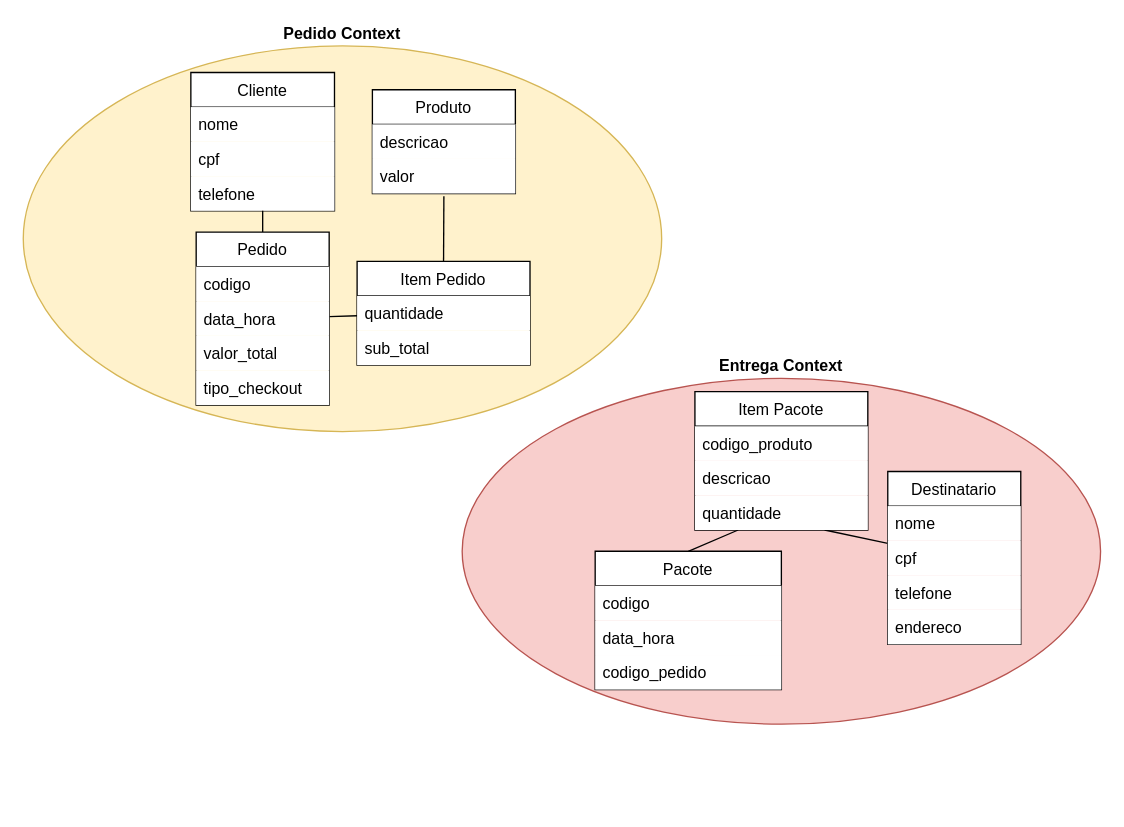
The draw.io diagram POC_DDD.drawio in cesarbcruz/poc-nestjs-ddd, before the edit. Source tidied: cells renumbered, new cells numbered last; positions are measured from the earlier drawing's top-left corner, leaving out a move shared by most shapes. Both pictures are drawn from the tidied source at 133%, with x=0, y=0 at pixel (23, 45).
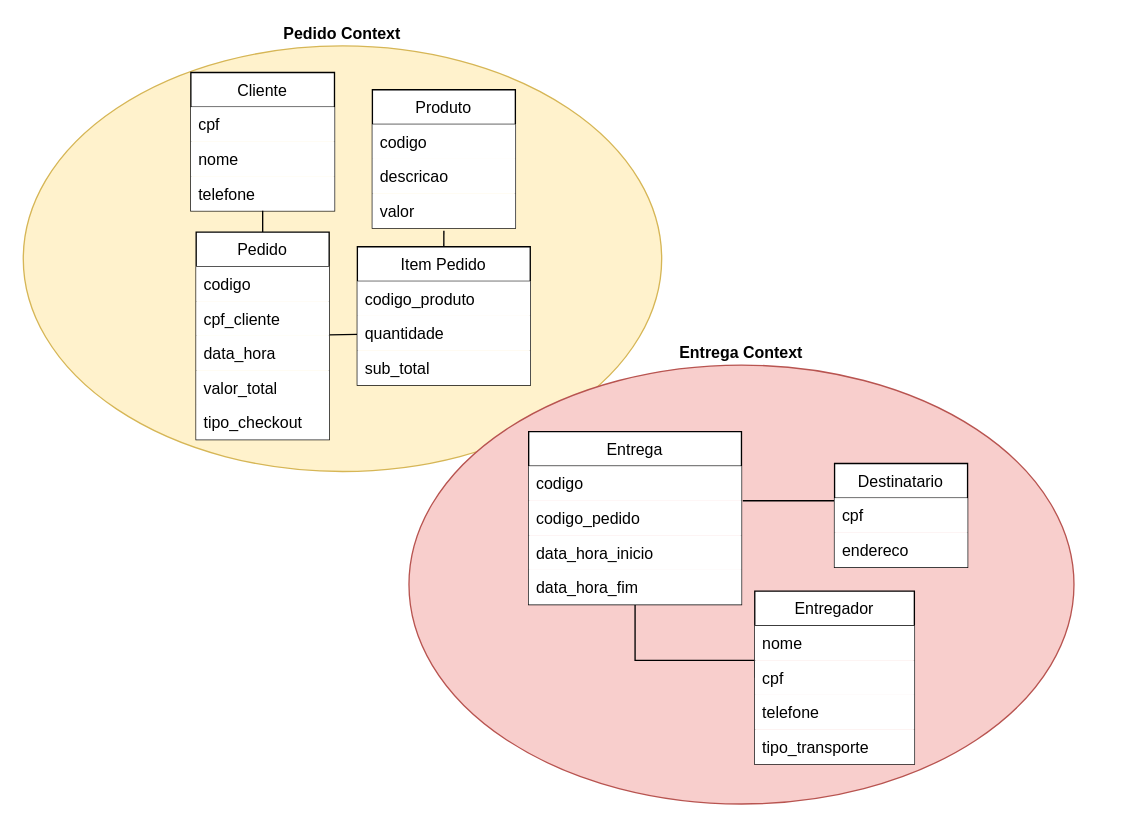
Above is the later version.

Unchanged cells that the change refers to:
```xml
<mxCell id="4" value="Cliente" style="swimlane;fontStyle=0;horizontal=1;startSize=26;" parent="1" vertex="1">
  <mxGeometry x="126" y="20" width="108" height="104" as="geometry" />
</mxCell>
```

Diff of the diagram source:
```diff
@@
     <mxCell id="2" value="&lt;b&gt;Pedido Context&lt;/b&gt;" style="ellipse;whiteSpace=wrap;html=1;labelPosition=center;verticalLabelPosition=top;align=center;verticalAlign=bottom;fillColor=#fff2cc;strokeColor=#d6b656;" parent="1" vertex="1">
-      <mxGeometry width="480" height="290" as="geometry" />
+      <mxGeometry width="480" height="320" as="geometry" />
     </mxCell>
     <mxCell id="3" value="&lt;b&gt;Entrega Context&lt;/b&gt;" style="ellipse;whiteSpace=wrap;html=1;labelPosition=center;verticalLabelPosition=top;align=center;verticalAlign=bottom;fillColor=#f8cecc;strokeColor=#b85450;" parent="1" vertex="1">
-      <mxGeometry x="330" y="250" width="480" height="260" as="geometry" />
+      <mxGeometry x="290" y="240" width="500" height="330" as="geometry" />
     </mxCell>
@@
+    <mxCell id="6" value="cpf" style="text;strokeColor=none;align=left;verticalAlign=top;spacingLeft=4;spacingRight=4;overflow=hidden;fillColor=#ffffff;" parent="4" vertex="1">
+      <mxGeometry y="26" width="108" height="26" as="geometry" />
+    </mxCell>
     <mxCell id="5" value="nome" style="text;strokeColor=none;align=left;verticalAlign=top;spacingLeft=4;spacingRight=4;overflow=hidden;fillColor=#ffffff;" parent="4" vertex="1">
-      <mxGeometry y="26" width="108" height="26" as="geometry" />
+      <mxGeometry y="52" width="108" height="26" as="geometry" />
     </mxCell>
-    <mxCell id="6" value="cpf" style="text;strokeColor=none;align=left;verticalAlign=top;spacingLeft=4;spacingRight=4;overflow=hidden;fillColor=#ffffff;" parent="4" vertex="1">
-      <mxGeometry y="52" width="108" height="26" as="geometry" />
-    </mxCell>
@@
     <mxCell id="8" value="Produto" style="swimlane;fontStyle=0;horizontal=1;startSize=26;" parent="1" vertex="1">
-      <mxGeometry x="262.5" y="33" width="107.5" height="78" as="geometry" />
+      <mxGeometry x="262.5" y="33" width="107.5" height="104" as="geometry" />
     </mxCell>
+    <mxCell id="37" value="codigo" style="text;strokeColor=none;align=left;verticalAlign=top;spacingLeft=4;spacingRight=4;overflow=hidden;fillColor=#ffffff;" parent="8" vertex="1">
+      <mxGeometry y="26" width="107.5" height="26" as="geometry" />
+    </mxCell>
     <mxCell id="9" value="descricao" style="text;strokeColor=none;align=left;verticalAlign=top;spacingLeft=4;spacingRight=4;overflow=hidden;fillColor=#ffffff;" parent="8" vertex="1">
-      <mxGeometry y="26" width="107.5" height="26" as="geometry" />
+      <mxGeometry y="52" width="107.5" height="26" as="geometry" />
     </mxCell>
     <mxCell id="10" value="valor" style="text;strokeColor=none;align=left;verticalAlign=top;spacingLeft=4;spacingRight=4;overflow=hidden;points=[[0,0.5],[1,0.5]];portConstraint=eastwest;fillColor=#ffffff;" parent="8" vertex="1">
-      <mxGeometry y="52" width="107.5" height="26" as="geometry" />
+      <mxGeometry y="78" width="107.5" height="26" as="geometry" />
     </mxCell>
@@
     <mxCell id="13" value="Pedido" style="swimlane;fontStyle=0;horizontal=1;startSize=26;" parent="1" vertex="1">
-      <mxGeometry x="130" y="140" width="100" height="130" as="geometry" />
+      <mxGeometry x="130" y="140" width="100" height="156" as="geometry" />
     </mxCell>
@@
+    <mxCell id="38" value="cpf_cliente" style="text;strokeColor=none;align=left;verticalAlign=top;spacingLeft=4;spacingRight=4;overflow=hidden;fillColor=#ffffff;" parent="13" vertex="1">
+      <mxGeometry y="52" width="100" height="26" as="geometry" />
+    </mxCell>
     <mxCell id="15" value="data_hora" style="text;strokeColor=none;align=left;verticalAlign=top;spacingLeft=4;spacingRight=4;overflow=hidden;fillColor=#ffffff;" parent="13" vertex="1">
-      <mxGeometry y="52" width="100" height="26" as="geometry" />
+      <mxGeometry y="78" width="100" height="26" as="geometry" />
     </mxCell>
     <mxCell id="16" value="valor_total" style="text;strokeColor=none;align=left;verticalAlign=top;spacingLeft=4;spacingRight=4;overflow=hidden;fillColor=#ffffff;" parent="13" vertex="1">
-      <mxGeometry y="78" width="100" height="26" as="geometry" />
+      <mxGeometry y="104" width="100" height="26" as="geometry" />
     </mxCell>
     <mxCell id="17" value="tipo_checkout" style="text;strokeColor=none;align=left;verticalAlign=top;spacingLeft=4;spacingRight=4;overflow=hidden;fillColor=#ffffff;" parent="13" vertex="1">
-      <mxGeometry y="104" width="100" height="26" as="geometry" />
+      <mxGeometry y="130" width="100" height="26" as="geometry" />
     </mxCell>
-    <mxCell id="18" style="rounded=0;jettySize=auto;html=1;exitX=0.25;exitY=1;exitDx=0;exitDy=0;entryX=0.5;entryY=0;entryDx=0;entryDy=0;endArrow=none;endFill=0;" parent="1" edge="1" source="20" target="24">
-      <mxGeometry relative="1" as="geometry" />
-    </mxCell>
-    <mxCell id="19" style="edgeStyle=none;rounded=0;jettySize=auto;html=1;exitX=0.75;exitY=1;exitDx=0;exitDy=0;endArrow=none;endFill=0;entryX=0;entryY=0.077;entryDx=0;entryDy=0;entryPerimeter=0;" parent="1" edge="1" source="20" target="30">
-      <mxGeometry relative="1" as="geometry" />
+    <mxCell id="19" style="edgeStyle=none;rounded=0;jettySize=auto;html=1;endArrow=none;endFill=0;entryX=0;entryY=0.077;entryDx=0;entryDy=0;entryPerimeter=0;" parent="1" edge="1" target="30">
+      <mxGeometry relative="1" as="geometry">
+        <mxPoint x="541" y="342" as="sourcePoint" />
+      </mxGeometry>
     </mxCell>
-    <mxCell id="20" value="Item Pacote" style="swimlane;fontStyle=0;horizontal=1;startSize=26;" parent="1" vertex="1">
-      <mxGeometry x="505" y="260" width="130" height="104" as="geometry" />
-    </mxCell>
-    <mxCell id="21" value="codigo_produto" style="text;strokeColor=none;align=left;verticalAlign=top;spacingLeft=4;spacingRight=4;overflow=hidden;fillColor=#ffffff;" parent="20" vertex="1">
-      <mxGeometry y="26" width="130" height="26" as="geometry" />
-    </mxCell>
-    <mxCell id="22" value="descricao" style="text;strokeColor=none;align=left;verticalAlign=top;spacingLeft=4;spacingRight=4;overflow=hidden;fillColor=#ffffff;" parent="20" vertex="1">
-      <mxGeometry y="52" width="130" height="26" as="geometry" />
-    </mxCell>
-    <mxCell id="23" value="quantidade" style="text;strokeColor=none;align=left;verticalAlign=top;spacingLeft=4;spacingRight=4;overflow=hidden;fillColor=#ffffff;" parent="20" vertex="1">
-      <mxGeometry y="78" width="130" height="26" as="geometry" />
-    </mxCell>
+    <mxCell id="39" style="edgeStyle=orthogonalEdgeStyle;rounded=0;jettySize=auto;html=1;entryX=0;entryY=0.5;entryDx=0;entryDy=0;endArrow=none;endFill=0;" parent="1" edge="1" source="24" target="42">
+      <mxGeometry relative="1" as="geometry">
+        <Array as="points">
+          <mxPoint x="460" y="462" />
+        </Array>
+      </mxGeometry>
+    </mxCell>
-    <mxCell id="24" value="Pacote" style="swimlane;fontStyle=0;horizontal=1;startSize=26;" parent="1" vertex="1">
-      <mxGeometry x="430" y="380" width="140" height="104" as="geometry" />
+    <mxCell id="24" value="Entrega" style="swimlane;fontStyle=0;horizontal=1;startSize=26;" parent="1" vertex="1">
+      <mxGeometry x="380" y="290" width="160" height="130" as="geometry" />
     </mxCell>
-    <mxCell id="25" value="codigo" style="text;strokeColor=none;align=left;verticalAlign=top;spacingLeft=4;spacingRight=4;overflow=hidden;fillColor=#ffffff;" parent="24" vertex="1">
-      <mxGeometry y="26" width="140" height="26" as="geometry" />
-    </mxCell>
+    <mxCell id="40" value="codigo" style="text;strokeColor=none;align=left;verticalAlign=top;spacingLeft=4;spacingRight=4;overflow=hidden;fillColor=#ffffff;" parent="24" vertex="1">
+      <mxGeometry y="26" width="160" height="26" as="geometry" />
+    </mxCell>
+    <mxCell id="27" value="codigo_pedido" style="text;strokeColor=none;align=left;verticalAlign=top;spacingLeft=4;spacingRight=4;overflow=hidden;fillColor=#ffffff;" parent="24" vertex="1">
+      <mxGeometry y="52" width="160" height="26" as="geometry" />
+    </mxCell>
-    <mxCell id="26" value="data_hora" style="text;strokeColor=none;align=left;verticalAlign=top;spacingLeft=4;spacingRight=4;overflow=hidden;fillColor=#ffffff;" parent="24" vertex="1">
-      <mxGeometry y="52" width="140" height="26" as="geometry" />
+    <mxCell id="26" value="data_hora_inicio" style="text;strokeColor=none;align=left;verticalAlign=top;spacingLeft=4;spacingRight=4;overflow=hidden;fillColor=#ffffff;" parent="24" vertex="1">
+      <mxGeometry y="78" width="160" height="26" as="geometry" />
     </mxCell>
-    <mxCell id="27" value="codigo_pedido" style="text;strokeColor=none;align=left;verticalAlign=top;spacingLeft=4;spacingRight=4;overflow=hidden;fillColor=#ffffff;" parent="24" vertex="1">
-      <mxGeometry y="78" width="140" height="26" as="geometry" />
-    </mxCell>
+    <mxCell id="41" value="data_hora_fim" style="text;strokeColor=none;align=left;verticalAlign=top;spacingLeft=4;spacingRight=4;overflow=hidden;fillColor=#ffffff;" parent="24" vertex="1">
+      <mxGeometry y="104" width="160" height="26" as="geometry" />
+    </mxCell>
     <mxCell id="28" value="Destinatario" style="swimlane;fontStyle=0;horizontal=1;startSize=26;" parent="1" vertex="1">
-      <mxGeometry x="650" y="320" width="100" height="130" as="geometry" />
+      <mxGeometry x="610" y="314" width="100" height="78" as="geometry" />
     </mxCell>
-    <mxCell id="29" value="nome" style="text;strokeColor=none;align=left;verticalAlign=top;spacingLeft=4;spacingRight=4;overflow=hidden;fillColor=#ffffff;" parent="28" vertex="1">
-      <mxGeometry y="26" width="100" height="26" as="geometry" />
-    </mxCell>
     <mxCell id="30" value="cpf" style="text;strokeColor=none;align=left;verticalAlign=top;spacingLeft=4;spacingRight=4;overflow=hidden;points=[[0,0.5],[1,0.5]];portConstraint=eastwest;fillColor=#ffffff;" parent="28" vertex="1">
-      <mxGeometry y="52" width="100" height="26" as="geometry" />
+      <mxGeometry y="26" width="100" height="26" as="geometry" />
     </mxCell>
-    <mxCell id="31" value="telefone" style="text;strokeColor=none;align=left;verticalAlign=top;spacingLeft=4;spacingRight=4;overflow=hidden;fillColor=#ffffff;" parent="28" vertex="1">
-      <mxGeometry y="78" width="100" height="26" as="geometry" />
-    </mxCell>
     <mxCell id="32" value="endereco" style="text;strokeColor=none;align=left;verticalAlign=top;spacingLeft=4;spacingRight=4;overflow=hidden;fillColor=#ffffff;" parent="28" vertex="1">
-      <mxGeometry y="104" width="100" height="26" as="geometry" />
+      <mxGeometry y="52" width="100" height="26" as="geometry" />
     </mxCell>
@@
     <mxCell id="34" value="Item Pedido" style="swimlane;fontStyle=0;horizontal=1;startSize=26;" parent="1" vertex="1">
-      <mxGeometry x="251" y="162" width="130" height="78" as="geometry" />
+      <mxGeometry x="251.2" y="151" width="130" height="104" as="geometry" />
     </mxCell>
+    <mxCell id="21" value="codigo_produto" style="text;strokeColor=none;align=left;verticalAlign=top;spacingLeft=4;spacingRight=4;overflow=hidden;fillColor=#ffffff;" parent="34" vertex="1">
+      <mxGeometry y="26" width="130" height="26" as="geometry" />
+    </mxCell>
     <mxCell id="35" value="quantidade" style="text;strokeColor=none;align=left;verticalAlign=top;spacingLeft=4;spacingRight=4;overflow=hidden;points=[[0,0.5],[1,0.5]];portConstraint=eastwest;fillColor=#ffffff;" parent="34" vertex="1">
-      <mxGeometry y="26" width="130" height="26" as="geometry" />
+      <mxGeometry y="52" width="130" height="26" as="geometry" />
     </mxCell>
     <mxCell id="36" value="sub_total" style="text;strokeColor=none;align=left;verticalAlign=top;spacingLeft=4;spacingRight=4;overflow=hidden;fillColor=#ffffff;" parent="34" vertex="1">
-      <mxGeometry y="52" width="130" height="26" as="geometry" />
+      <mxGeometry y="78" width="130" height="26" as="geometry" />
     </mxCell>
+    <mxCell id="42" value="Entregador" style="swimlane;fontStyle=0;horizontal=1;startSize=26;" parent="1" vertex="1">
+      <mxGeometry x="550" y="410" width="120" height="130" as="geometry" />
+    </mxCell>
+    <mxCell id="29" value="nome" style="text;strokeColor=none;align=left;verticalAlign=top;spacingLeft=4;spacingRight=4;overflow=hidden;fillColor=#ffffff;" parent="42" vertex="1">
+      <mxGeometry y="26" width="120" height="26" as="geometry" />
+    </mxCell>
+    <mxCell id="43" value="cpf" style="text;strokeColor=none;align=left;verticalAlign=top;spacingLeft=4;spacingRight=4;overflow=hidden;fillColor=#ffffff;" parent="42" vertex="1">
+      <mxGeometry y="52" width="120" height="26" as="geometry" />
+    </mxCell>
+    <mxCell id="31" value="telefone" style="text;strokeColor=none;align=left;verticalAlign=top;spacingLeft=4;spacingRight=4;overflow=hidden;fillColor=#ffffff;" parent="42" vertex="1">
+      <mxGeometry y="78" width="120" height="26" as="geometry" />
+    </mxCell>
+    <mxCell id="44" value="tipo_transporte" style="text;strokeColor=none;align=left;verticalAlign=top;spacingLeft=4;spacingRight=4;overflow=hidden;fillColor=#ffffff;" parent="42" vertex="1">
+      <mxGeometry y="104" width="120" height="26" as="geometry" />
+    </mxCell>
```
